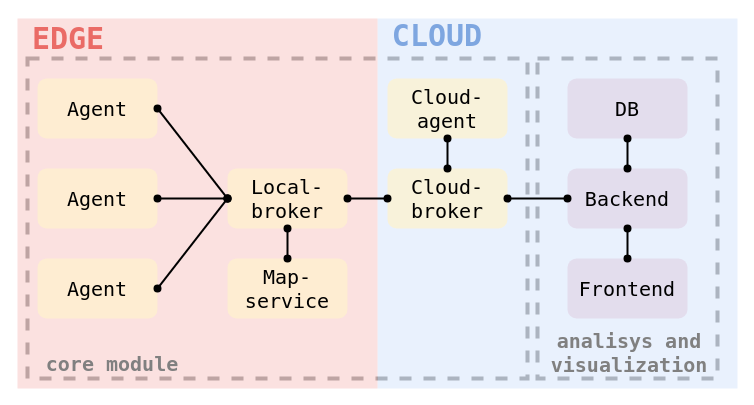
This is docs/diagrams/services.drawio from mactat/map-pacer, a draw.io file, before an edit. Source tidied: cells renumbered, new cells numbered last; positions are measured from the earlier drawing's top-left corner, leaving out a move shared by most shapes. Both pictures are drawn from the tidied source at 100%, with x=0, y=0 at pixel (17, 18).
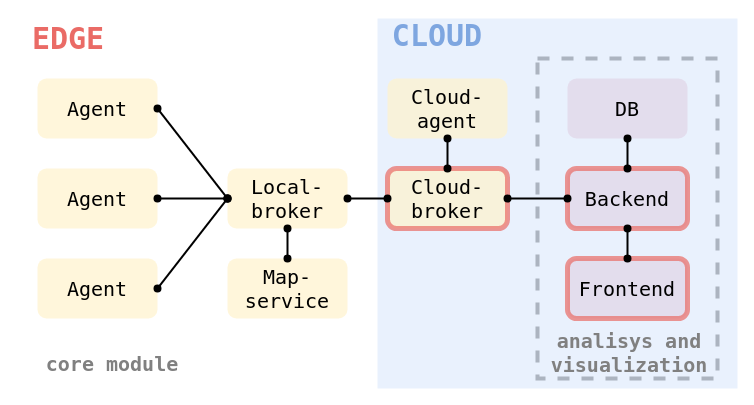
After the change.

What changed in the source:
```diff
@@
-    <mxCell id="2" style="rounded=0;whiteSpace=wrap;html=1;fontFamily=Lucida Console;fontSize=30;fontColor=#7EA6E0;opacity=60;fillColor=none;strokeWidth=4;dashed=1;" parent="1" vertex="1">
-      <mxGeometry x="10" y="40" width="500" height="320" as="geometry" />
-    </mxCell>
@@
-    <mxCell id="5" style="rounded=0;whiteSpace=wrap;html=1;fontFamily=Lucida Console;fontSize=20;fillColor=#f8cecc;strokeColor=none;opacity=60;" parent="1" vertex="1">
-      <mxGeometry width="360" height="370" as="geometry" />
-    </mxCell>
@@
-    <mxCell id="9" value="&lt;font face=&quot;Lucida Console&quot;&gt;&lt;span style=&quot;font-size: 20px;&quot;&gt;Backend&lt;/span&gt;&lt;/font&gt;" style="rounded=1;whiteSpace=wrap;html=1;fillColor=#e1d5e7;strokeColor=none;opacity=70;" parent="1" vertex="1">
+    <mxCell id="9" value="&lt;font face=&quot;Lucida Console&quot;&gt;&lt;span style=&quot;font-size: 20px;&quot;&gt;Backend&lt;/span&gt;&lt;/font&gt;" style="rounded=1;whiteSpace=wrap;html=1;fillColor=#e1d5e7;strokeColor=#EA6B66;opacity=70;strokeWidth=5;" parent="1" vertex="1">
       <mxGeometry x="550" y="150" width="120" height="60" as="geometry" />
     </mxCell>
-    <mxCell id="10" value="&lt;font face=&quot;Lucida Console&quot;&gt;&lt;span style=&quot;font-size: 20px;&quot;&gt;Frontend&lt;/span&gt;&lt;/font&gt;" style="rounded=1;whiteSpace=wrap;html=1;fillColor=#e1d5e7;strokeColor=none;opacity=70;" parent="1" vertex="1">
+    <mxCell id="10" value="&lt;font face=&quot;Lucida Console&quot;&gt;&lt;span style=&quot;font-size: 20px;&quot;&gt;Frontend&lt;/span&gt;&lt;/font&gt;" style="rounded=1;whiteSpace=wrap;html=1;fillColor=#e1d5e7;strokeColor=#EA6B66;opacity=70;strokeWidth=5;" parent="1" vertex="1">
       <mxGeometry x="550" y="240" width="120" height="60" as="geometry" />
     </mxCell>
@@
-    <mxCell id="25" value="&lt;span style=&quot;font-size: 20px;&quot;&gt;&lt;font face=&quot;Lucida Console&quot;&gt;Cloud-broker&lt;/font&gt;&lt;/span&gt;" style="rounded=1;whiteSpace=wrap;html=1;fillColor=#fff2cc;strokeColor=none;opacity=70;" parent="1" vertex="1">
+    <mxCell id="25" value="&lt;span style=&quot;font-size: 20px;&quot;&gt;&lt;font face=&quot;Lucida Console&quot;&gt;Cloud-broker&lt;/font&gt;&lt;/span&gt;" style="rounded=1;whiteSpace=wrap;html=1;fillColor=#fff2cc;strokeColor=#EA6B66;opacity=70;strokeWidth=5;" parent="1" vertex="1">
       <mxGeometry x="370" y="150" width="120" height="60" as="geometry" />
     </mxCell>
```
